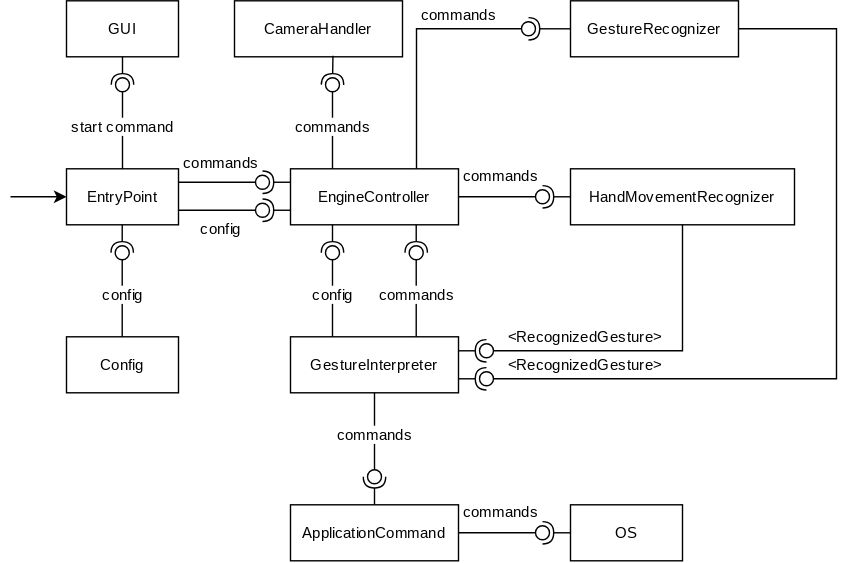
Above: docs/ComponentView.svg in Zetsuboushii/gesture_glide (draw.io), before the change. Source tidied: cells renumbered, new cells last; positions are measured from the earlier drawing's top-left corner, leaving out a move shared by most shapes.
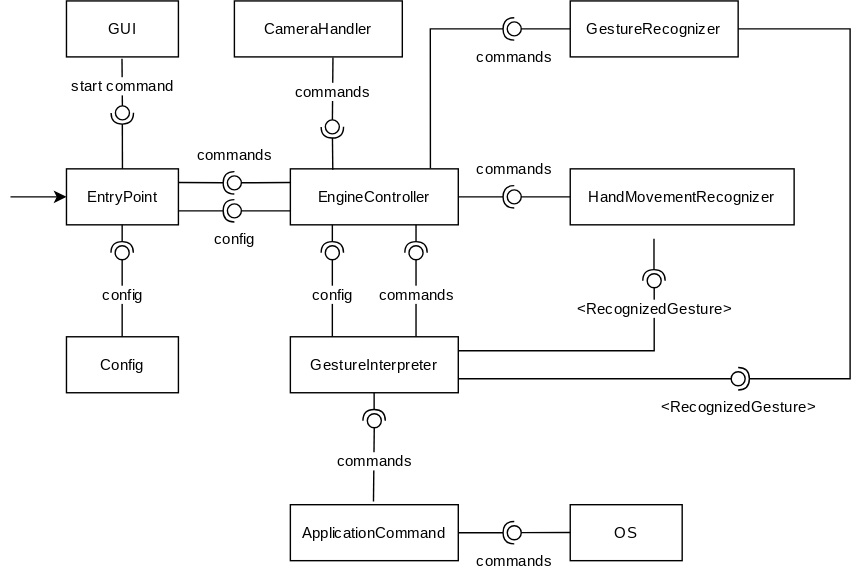
The same file after the commit.

Commit message:
Improve architecture documentation (fix ComponentView, add MediapipeModel & GGModel)

What changed in the source:
```diff
@@ -13,14 +13,14 @@
     <mxCell id="4" value="&lt;div style=&quot;font-size: 11px;&quot;&gt;GUI&lt;/div&gt;" style="rounded=0;whiteSpace=wrap;html=1;fontFamily=Inter;fontSource=https%3A%2F%2Ffonts.googleapis.com%2Fcss%3Ffamily%3DInter;fontSize=11;" parent="1" vertex="1">
       <mxGeometry x="40" width="80" height="40" as="geometry" />
     </mxCell>
-    <mxCell id="5" style="rounded=0;jettySize=auto;html=1;endArrow=halfCircle;endFill=0;endSize=6;strokeWidth=1;sketch=0;exitX=0.5;exitY=1;exitDx=0;exitDy=0;fontFamily=Inter;fontSource=https%3A%2F%2Ffonts.googleapis.com%2Fcss%3Ffamily%3DInter;fontSize=11;" parent="1" edge="1" source="4">
+    <mxCell id="5" style="rounded=0;jettySize=auto;html=1;endArrow=halfCircle;endFill=0;endSize=6;strokeWidth=1;sketch=0;exitX=0.5;exitY=0;exitDx=0;exitDy=0;fontFamily=Inter;fontSource=https%3A%2F%2Ffonts.googleapis.com%2Fcss%3Ffamily%3DInter;fontSize=11;" parent="1" edge="1" source="2">
       <mxGeometry relative="1" as="geometry">
-        <mxPoint x="80" y="60" as="targetPoint" />
+        <mxPoint x="79.9" y="80" as="targetPoint" />
       </mxGeometry>
     </mxCell>
-    <mxCell id="6" value="start command" style="rounded=0;jettySize=auto;html=1;endArrow=oval;endFill=0;sketch=0;sourcePerimeterSpacing=0;targetPerimeterSpacing=0;endSize=10;exitX=0.5;exitY=0;exitDx=0;exitDy=0;fontFamily=Inter;fontSource=https%3A%2F%2Ffonts.googleapis.com%2Fcss%3Ffamily%3DInter;fontSize=11;" parent="1" edge="1" source="2">
+    <mxCell id="6" value="start command" style="rounded=0;jettySize=auto;html=1;endArrow=oval;endFill=0;sketch=0;sourcePerimeterSpacing=0;targetPerimeterSpacing=0;endSize=10;fontFamily=Inter;fontSource=https%3A%2F%2Ffonts.googleapis.com%2Fcss%3Ffamily%3DInter;fontSize=11;exitX=0.496;exitY=1.035;exitDx=0;exitDy=0;exitPerimeter=0;" parent="1" edge="1" source="4">
       <mxGeometry relative="1" as="geometry">
-        <mxPoint x="80" y="60" as="targetPoint" />
+        <mxPoint x="80" y="80" as="targetPoint" />
       </mxGeometry>
     </mxCell>
     <mxCell id="7" style="ellipse;whiteSpace=wrap;html=1;align=center;fillColor=none;strokeColor=none;perimeter=centerPerimeter;fontFamily=Inter;fontSource=https%3A%2F%2Ffonts.googleapis.com%2Fcss%3Ffamily%3DInter;fontSize=11;" parent="1" vertex="1">
@@ -29,32 +29,21 @@
     <mxCell id="8" value="&lt;div style=&quot;font-size: 11px;&quot;&gt;EngineController&lt;/div&gt;" style="rounded=0;whiteSpace=wrap;html=1;fontFamily=Inter;fontSource=https%3A%2F%2Ffonts.googleapis.com%2Fcss%3Ffamily%3DInter;fontSize=11;" parent="1" vertex="1">
       <mxGeometry x="200" y="120" width="120" height="40" as="geometry" />
     </mxCell>
-    <mxCell id="9" style="rounded=0;orthogonalLoop=1;jettySize=auto;html=1;endArrow=halfCircle;endFill=0;endSize=6;strokeWidth=1;sketch=0;exitX=0;exitY=0.5;exitDx=0;exitDy=0;fontFamily=Inter;fontSource=https%3A%2F%2Ffonts.googleapis.com%2Fcss%3Ffamily%3DInter;fontSize=11;" parent="1" edge="1">
-      <mxGeometry relative="1" as="geometry">
-        <mxPoint x="200" y="129.6" as="sourcePoint" />
-        <mxPoint x="180" y="129.6" as="targetPoint" />
-      </mxGeometry>
-    </mxCell>
-    <mxCell id="10" value="commands" style="rounded=0;orthogonalLoop=1;jettySize=auto;html=1;endArrow=oval;endFill=0;sketch=0;sourcePerimeterSpacing=0;targetPerimeterSpacing=0;endSize=10;exitX=1;exitY=0.5;exitDx=0;exitDy=0;fontFamily=Inter;fontSource=https%3A%2F%2Ffonts.googleapis.com%2Fcss%3Ffamily%3DInter;fontSize=11;" parent="1" edge="1">
-      <mxGeometry y="14" relative="1" as="geometry">
-        <mxPoint x="120" y="129.6" as="sourcePoint" />
-        <mxPoint x="180" y="129.6" as="targetPoint" />
-      </mxGeometry>
-    </mxCell>
     <mxCell id="11" style="ellipse;whiteSpace=wrap;html=1;align=center;fillColor=none;strokeColor=none;perimeter=centerPerimeter;fontFamily=Inter;fontSource=https%3A%2F%2Ffonts.googleapis.com%2Fcss%3Ffamily%3DInter;fontSize=11;" parent="1" vertex="1">
       <mxGeometry x="185" y="120" width="10" height="10" as="geometry" />
     </mxCell>
     <mxCell id="12" value="CameraHandler" style="rounded=0;whiteSpace=wrap;html=1;fontFamily=Inter;fontSource=https%3A%2F%2Ffonts.googleapis.com%2Fcss%3Ffamily%3DInter;fontSize=11;" parent="1" vertex="1">
       <mxGeometry x="160" width="120" height="40" as="geometry" />
     </mxCell>
-    <mxCell id="13" style="rounded=0;jettySize=auto;html=1;endArrow=halfCircle;endFill=0;endSize=6;strokeWidth=1;sketch=0;exitX=0.586;exitY=0.983;exitDx=0;exitDy=0;exitPerimeter=0;fontFamily=Inter;fontSource=https%3A%2F%2Ffonts.googleapis.com%2Fcss%3Ffamily%3DInter;fontSize=11;" parent="1" edge="1" source="12">
+    <mxCell id="13" style="rounded=0;orthogonalLoop=1;jettySize=auto;html=1;endArrow=halfCircle;endFill=0;endSize=6;strokeWidth=1;sketch=0;exitX=0.586;exitY=0.983;exitDx=0;exitDy=0;exitPerimeter=0;fontFamily=Inter;fontSource=https%3A%2F%2Ffonts.googleapis.com%2Fcss%3Ffamily%3DInter;fontSize=11;" parent="1" edge="1">
       <mxGeometry relative="1" as="geometry">
-        <mxPoint x="230" y="60" as="targetPoint" />
+        <mxPoint x="230.3" y="120.7" as="sourcePoint" />
+        <mxPoint x="230" y="90" as="targetPoint" />
       </mxGeometry>
     </mxCell>
-    <mxCell id="14" value="commands" style="rounded=0;jettySize=auto;html=1;endArrow=oval;endFill=0;sketch=0;sourcePerimeterSpacing=0;targetPerimeterSpacing=0;endSize=10;exitX=0.25;exitY=0;exitDx=0;exitDy=0;fontFamily=Inter;fontSource=https%3A%2F%2Ffonts.googleapis.com%2Fcss%3Ffamily%3DInter;fontSize=11;" parent="1" edge="1" source="8">
+    <mxCell id="14" value="commands" style="rounded=0;jettySize=auto;html=1;endArrow=oval;endFill=0;sketch=0;sourcePerimeterSpacing=0;targetPerimeterSpacing=0;endSize=10;exitX=0.587;exitY=1.012;exitDx=0;exitDy=0;fontFamily=Inter;fontSource=https%3A%2F%2Ffonts.googleapis.com%2Fcss%3Ffamily%3DInter;fontSize=11;exitPerimeter=0;" parent="1" edge="1" source="12">
       <mxGeometry relative="1" as="geometry">
-        <mxPoint x="230" y="60" as="targetPoint" />
+        <mxPoint x="230" y="90" as="targetPoint" />
       </mxGeometry>
     </mxCell>
     <mxCell id="15" style="ellipse;whiteSpace=wrap;html=1;align=center;fillColor=none;strokeColor=none;perimeter=centerPerimeter;fontFamily=Inter;fontSource=https%3A%2F%2Ffonts.googleapis.com%2Fcss%3Ffamily%3DInter;fontSize=11;" parent="1" vertex="1">
@@ -69,30 +58,26 @@
     <mxCell id="18" value="GestureRecognizer" style="rounded=0;whiteSpace=wrap;html=1;fontFamily=Inter;fontSource=https%3A%2F%2Ffonts.googleapis.com%2Fcss%3Ffamily%3DInter;fontSize=11;" parent="1" vertex="1">
       <mxGeometry x="400" width="120" height="40" as="geometry" />
     </mxCell>
-    <mxCell id="19" style="rounded=0;jettySize=auto;html=1;endArrow=halfCircle;endFill=0;endSize=6;strokeWidth=1;sketch=0;exitX=0;exitY=0.5;exitDx=0;exitDy=0;fontFamily=Inter;fontSource=https%3A%2F%2Ffonts.googleapis.com%2Fcss%3Ffamily%3DInter;fontSize=11;" parent="1" edge="1" source="18">
+    <mxCell id="19" style="rounded=0;jettySize=auto;html=1;endArrow=halfCircle;endFill=0;endSize=6;strokeWidth=1;sketch=0;fontFamily=Inter;fontSource=https%3A%2F%2Ffonts.googleapis.com%2Fcss%3Ffamily%3DInter;fontSize=11;exitX=0.834;exitY=-0.009;exitDx=0;exitDy=0;exitPerimeter=0;" parent="1" edge="1" source="8">
       <mxGeometry relative="1" as="geometry">
-        <mxPoint x="370" y="20" as="targetPoint" />
+        <mxPoint x="360" y="20" as="targetPoint" />
+        <Array as="points">
+          <mxPoint x="300" y="20" />
+        </Array>
       </mxGeometry>
     </mxCell>
-    <mxCell id="20" value="commands" style="rounded=0;jettySize=auto;html=1;endArrow=oval;endFill=0;sketch=0;sourcePerimeterSpacing=0;targetPerimeterSpacing=0;endSize=10;exitX=0.75;exitY=0;exitDx=0;exitDy=0;fontFamily=Inter;fontSource=https%3A%2F%2Ffonts.googleapis.com%2Fcss%3Ffamily%3DInter;fontSize=11;" parent="1" edge="1" source="8">
-      <mxGeometry x="0.44" y="10" relative="1" as="geometry">
-        <mxPoint x="370" y="20" as="targetPoint" />
-        <Array as="points">
-          <mxPoint x="290" y="20" />
-        </Array>
-      </mxGeometry>
-    </mxCell>
     <mxCell id="21" style="ellipse;whiteSpace=wrap;html=1;align=center;fillColor=none;strokeColor=none;perimeter=centerPerimeter;fontFamily=Inter;fontSource=https%3A%2F%2Ffonts.googleapis.com%2Fcss%3Ffamily%3DInter;fontSize=11;" parent="1" vertex="1">
       <mxGeometry x="385" y="70" width="10" height="10" as="geometry" />
     </mxCell>
-    <mxCell id="22" style="rounded=0;jettySize=auto;html=1;endArrow=halfCircle;endFill=0;endSize=6;strokeWidth=1;sketch=0;exitX=0;exitY=0.5;exitDx=0;exitDy=0;fontFamily=Inter;fontSource=https%3A%2F%2Ffonts.googleapis.com%2Fcss%3Ffamily%3DInter;fontSize=11;" parent="1" edge="1" source="17">
+    <mxCell id="22" style="rounded=0;jettySize=auto;html=1;endArrow=halfCircle;endFill=0;endSize=6;strokeWidth=1;sketch=0;exitX=1;exitY=0.5;exitDx=0;exitDy=0;fontFamily=Inter;fontSource=https%3A%2F%2Ffonts.googleapis.com%2Fcss%3Ffamily%3DInter;fontSize=11;" parent="1" edge="1" source="8">
       <mxGeometry relative="1" as="geometry">
-        <mxPoint x="380" y="140" as="targetPoint" />
+        <mxPoint x="360" y="140" as="targetPoint" />
       </mxGeometry>
     </mxCell>
-    <mxCell id="23" value="commands" style="rounded=0;jettySize=auto;html=1;endArrow=oval;endFill=0;sketch=0;sourcePerimeterSpacing=0;targetPerimeterSpacing=0;endSize=10;exitX=1;exitY=0.5;exitDx=0;exitDy=0;fontFamily=Inter;fontSource=https%3A%2F%2Ffonts.googleapis.com%2Fcss%3Ffamily%3DInter;fontSize=11;" parent="1" edge="1" source="8">
-      <mxGeometry y="15" relative="1" as="geometry">
-        <mxPoint x="380" y="140" as="targetPoint" />
+    <mxCell id="23" value="commands" style="rounded=0;orthogonalLoop=1;jettySize=auto;html=1;endArrow=oval;endFill=0;sketch=0;sourcePerimeterSpacing=0;targetPerimeterSpacing=0;endSize=10;exitX=1;exitY=0.5;exitDx=0;exitDy=0;fontFamily=Inter;fontSource=https%3A%2F%2Ffonts.googleapis.com%2Fcss%3Ffamily%3DInter;fontSize=11;" parent="1" edge="1">
+      <mxGeometry x="1" y="-20" relative="1" as="geometry">
+        <mxPoint x="400" y="140" as="sourcePoint" />
+        <mxPoint x="360" y="140" as="targetPoint" />
       </mxGeometry>
     </mxCell>
     <mxCell id="24" style="ellipse;whiteSpace=wrap;html=1;align=center;fillColor=none;strokeColor=none;perimeter=centerPerimeter;fontFamily=Inter;fontSource=https%3A%2F%2Ffonts.googleapis.com%2Fcss%3Ffamily%3DInter;fontSize=11;" parent="1" vertex="1">
@@ -150,47 +135,51 @@
     <mxCell id="36" style="ellipse;whiteSpace=wrap;html=1;align=center;fillColor=none;strokeColor=none;perimeter=centerPerimeter;fontFamily=Inter;fontSource=https%3A%2F%2Ffonts.googleapis.com%2Fcss%3Ffamily%3DInter;fontSize=11;" parent="1" vertex="1">
       <mxGeometry x="395" y="190" width="10" height="10" as="geometry" />
     </mxCell>
-    <mxCell id="37" style="rounded=0;jettySize=auto;html=1;endArrow=halfCircle;endFill=0;endSize=6;strokeWidth=1;sketch=0;exitX=1;exitY=0.25;exitDx=0;exitDy=0;fontFamily=Inter;fontSource=https%3A%2F%2Ffonts.googleapis.com%2Fcss%3Ffamily%3DInter;fontSize=11;" parent="1" edge="1" source="25">
+    <mxCell id="37" style="rounded=0;orthogonalLoop=1;jettySize=auto;html=1;endArrow=halfCircle;endFill=0;endSize=6;strokeWidth=1;sketch=0;fontFamily=Inter;fontSource=https%3A%2F%2Ffonts.googleapis.com%2Fcss%3Ffamily%3DInter;fontSize=11;" parent="1" edge="1">
       <mxGeometry relative="1" as="geometry">
-        <mxPoint x="340" y="250" as="targetPoint" />
+        <mxPoint x="459.9" y="170" as="sourcePoint" />
+        <mxPoint x="459.9" y="200" as="targetPoint" />
       </mxGeometry>
     </mxCell>
-    <mxCell id="38" value="&amp;lt;RecognizedGesture&amp;gt;" style="rounded=0;jettySize=auto;html=1;endArrow=oval;endFill=0;sketch=0;sourcePerimeterSpacing=0;targetPerimeterSpacing=0;endSize=10;exitX=0.5;exitY=1;exitDx=0;exitDy=0;fontFamily=Inter;fontSource=https%3A%2F%2Ffonts.googleapis.com%2Fcss%3Ffamily%3DInter;fontSize=11;" parent="1" edge="1" source="17">
-      <mxGeometry x="0.39" y="-10" relative="1" as="geometry">
-        <mxPoint x="340" y="250" as="targetPoint" />
+    <mxCell id="38" value="&amp;lt;RecognizedGesture&amp;gt;" style="rounded=0;orthogonalLoop=1;jettySize=auto;html=1;endArrow=oval;endFill=0;sketch=0;sourcePerimeterSpacing=0;targetPerimeterSpacing=0;endSize=10;fontFamily=Inter;fontSource=https%3A%2F%2Ffonts.googleapis.com%2Fcss%3Ffamily%3DInter;fontSize=11;" parent="1" edge="1">
+      <mxGeometry x="0.79" relative="1" as="geometry">
+        <mxPoint x="320" y="250" as="sourcePoint" />
+        <mxPoint x="460" y="200" as="targetPoint" />
         <Array as="points">
-          <mxPoint x="480" y="250" />
+          <mxPoint x="320" y="250" />
+          <mxPoint x="460" y="250" />
         </Array>
       </mxGeometry>
     </mxCell>
     <mxCell id="39" style="ellipse;whiteSpace=wrap;html=1;align=center;fillColor=none;strokeColor=none;perimeter=centerPerimeter;fontFamily=Inter;fontSource=https%3A%2F%2Ffonts.googleapis.com%2Fcss%3Ffamily%3DInter;fontSize=11;" parent="1" vertex="1">
       <mxGeometry x="395" y="190" width="10" height="10" as="geometry" />
     </mxCell>
-    <mxCell id="40" style="rounded=0;jettySize=auto;html=1;endArrow=halfCircle;endFill=0;endSize=6;strokeWidth=1;sketch=0;exitX=1;exitY=0.75;exitDx=0;exitDy=0;fontFamily=Inter;fontSource=https%3A%2F%2Ffonts.googleapis.com%2Fcss%3Ffamily%3DInter;fontSize=11;" parent="1" edge="1" source="25">
+    <mxCell id="40" style="rounded=0;jettySize=auto;html=1;endArrow=halfCircle;endFill=0;endSize=6;strokeWidth=1;sketch=0;exitX=1;exitY=0.5;exitDx=0;exitDy=0;fontFamily=Inter;fontSource=https%3A%2F%2Ffonts.googleapis.com%2Fcss%3Ffamily%3DInter;fontSize=11;" parent="1" edge="1" source="18">
       <mxGeometry relative="1" as="geometry">
-        <mxPoint x="340" y="270" as="targetPoint" />
+        <mxPoint x="520" y="270" as="targetPoint" />
+        <Array as="points">
+          <mxPoint x="600" y="20" />
+          <mxPoint x="600" y="270" />
+        </Array>
       </mxGeometry>
     </mxCell>
-    <mxCell id="41" value="&amp;lt;RecognizedGesture&amp;gt;" style="rounded=0;jettySize=auto;html=1;endArrow=oval;endFill=0;sketch=0;sourcePerimeterSpacing=0;targetPerimeterSpacing=0;endSize=10;exitX=1;exitY=0.5;exitDx=0;exitDy=0;fontFamily=Inter;fontSource=https%3A%2F%2Ffonts.googleapis.com%2Fcss%3Ffamily%3DInter;fontSize=11;" parent="1" edge="1" source="18">
-      <mxGeometry x="0.75" y="-10" relative="1" as="geometry">
-        <mxPoint x="340" y="270" as="targetPoint" />
-        <Array as="points">
-          <mxPoint x="590" y="20" />
-          <mxPoint x="590" y="270" />
-        </Array>
+    <mxCell id="41" value="&amp;lt;RecognizedGesture&amp;gt;" style="rounded=0;jettySize=auto;html=1;endArrow=oval;endFill=0;sketch=0;sourcePerimeterSpacing=0;targetPerimeterSpacing=0;endSize=10;fontFamily=Inter;fontSource=https%3A%2F%2Ffonts.googleapis.com%2Fcss%3Ffamily%3DInter;fontSize=11;exitX=1;exitY=0.75;exitDx=0;exitDy=0;" parent="1" edge="1" source="25">
+      <mxGeometry x="1" y="-20" relative="1" as="geometry">
+        <mxPoint x="520" y="270" as="targetPoint" />
       </mxGeometry>
     </mxCell>
     <mxCell id="42" style="ellipse;whiteSpace=wrap;html=1;align=center;fillColor=none;strokeColor=none;perimeter=centerPerimeter;fontFamily=Inter;fontSource=https%3A%2F%2Ffonts.googleapis.com%2Fcss%3Ffamily%3DInter;fontSize=11;" parent="1" vertex="1">
       <mxGeometry x="395" y="190" width="10" height="10" as="geometry" />
     </mxCell>
-    <mxCell id="43" style="rounded=0;jettySize=auto;html=1;endArrow=halfCircle;endFill=0;endSize=6;strokeWidth=1;sketch=0;exitX=0.5;exitY=0;exitDx=0;exitDy=0;fontFamily=Inter;fontSource=https%3A%2F%2Ffonts.googleapis.com%2Fcss%3Ffamily%3DInter;fontSize=11;" parent="1" edge="1" source="34">
+    <mxCell id="43" style="rounded=0;orthogonalLoop=1;jettySize=auto;html=1;endArrow=halfCircle;endFill=0;endSize=6;strokeWidth=1;sketch=0;exitX=0.5;exitY=0;exitDx=0;exitDy=0;fontFamily=Inter;fontSource=https%3A%2F%2Ffonts.googleapis.com%2Fcss%3Ffamily%3DInter;fontSize=11;" parent="1" edge="1">
       <mxGeometry relative="1" as="geometry">
-        <mxPoint x="260" y="340" as="targetPoint" />
+        <mxPoint x="259.9" y="280" as="sourcePoint" />
+        <mxPoint x="259.9" y="300" as="targetPoint" />
       </mxGeometry>
     </mxCell>
-    <mxCell id="44" value="commands" style="rounded=0;jettySize=auto;html=1;endArrow=oval;endFill=0;sketch=0;sourcePerimeterSpacing=0;targetPerimeterSpacing=0;endSize=10;exitX=0.5;exitY=1;exitDx=0;exitDy=0;fontFamily=Inter;fontSource=https%3A%2F%2Ffonts.googleapis.com%2Fcss%3Ffamily%3DInter;fontSize=11;" parent="1" edge="1" source="25">
+    <mxCell id="44" value="commands" style="rounded=0;jettySize=auto;html=1;endArrow=oval;endFill=0;sketch=0;sourcePerimeterSpacing=0;targetPerimeterSpacing=0;endSize=10;exitX=0.495;exitY=-0.059;exitDx=0;exitDy=0;fontFamily=Inter;fontSource=https%3A%2F%2Ffonts.googleapis.com%2Fcss%3Ffamily%3DInter;fontSize=11;exitPerimeter=0;" parent="1" edge="1" source="34">
       <mxGeometry relative="1" as="geometry">
-        <mxPoint x="260" y="340" as="targetPoint" />
+        <mxPoint x="260" y="300" as="targetPoint" />
       </mxGeometry>
     </mxCell>
     <mxCell id="45" style="ellipse;whiteSpace=wrap;html=1;align=center;fillColor=none;strokeColor=none;perimeter=centerPerimeter;fontFamily=Inter;fontSource=https%3A%2F%2Ffonts.googleapis.com%2Fcss%3Ffamily%3DInter;fontSize=11;" parent="1" vertex="1">
@@ -199,36 +188,50 @@
     <mxCell id="46" value="OS" style="rounded=0;whiteSpace=wrap;html=1;fontFamily=Inter;fontSource=https%3A%2F%2Ffonts.googleapis.com%2Fcss%3Ffamily%3DInter;fontSize=11;" parent="1" vertex="1">
       <mxGeometry x="400" y="360" width="80" height="40" as="geometry" />
     </mxCell>
-    <mxCell id="47" style="rounded=0;jettySize=auto;html=1;endArrow=halfCircle;endFill=0;endSize=6;strokeWidth=1;sketch=0;exitX=0;exitY=0.5;exitDx=0;exitDy=0;fontFamily=Inter;fontSource=https%3A%2F%2Ffonts.googleapis.com%2Fcss%3Ffamily%3DInter;fontSize=11;" parent="1" edge="1" source="46">
+    <mxCell id="47" style="rounded=0;jettySize=auto;html=1;endArrow=halfCircle;endFill=0;endSize=6;strokeWidth=1;sketch=0;exitX=1;exitY=0.5;exitDx=0;exitDy=0;fontFamily=Inter;fontSource=https%3A%2F%2Ffonts.googleapis.com%2Fcss%3Ffamily%3DInter;fontSize=11;" parent="1" edge="1" source="34">
       <mxGeometry relative="1" as="geometry">
-        <mxPoint x="380" y="380" as="targetPoint" />
+        <mxPoint x="360" y="380" as="targetPoint" />
       </mxGeometry>
     </mxCell>
-    <mxCell id="48" value="commands" style="rounded=0;jettySize=auto;html=1;endArrow=oval;endFill=0;sketch=0;sourcePerimeterSpacing=0;targetPerimeterSpacing=0;endSize=10;exitX=1;exitY=0.5;exitDx=0;exitDy=0;fontFamily=Inter;fontSource=https%3A%2F%2Ffonts.googleapis.com%2Fcss%3Ffamily%3DInter;fontSize=11;" parent="1" edge="1" source="34">
-      <mxGeometry y="15" relative="1" as="geometry">
-        <mxPoint x="380" y="380" as="targetPoint" />
+    <mxCell id="48" value="commands" style="rounded=0;orthogonalLoop=1;jettySize=auto;html=1;endArrow=oval;endFill=0;sketch=0;sourcePerimeterSpacing=0;targetPerimeterSpacing=0;endSize=10;exitX=1;exitY=0.5;exitDx=0;exitDy=0;fontFamily=Inter;fontSource=https%3A%2F%2Ffonts.googleapis.com%2Fcss%3Ffamily%3DInter;fontSize=11;" parent="1" edge="1">
+      <mxGeometry x="1" y="20" relative="1" as="geometry">
+        <mxPoint x="400" y="379.9" as="sourcePoint" />
+        <mxPoint x="360" y="380" as="targetPoint" />
       </mxGeometry>
     </mxCell>
     <mxCell id="49" style="ellipse;whiteSpace=wrap;html=1;align=center;fillColor=none;strokeColor=none;perimeter=centerPerimeter;fontFamily=Inter;fontSource=https%3A%2F%2Ffonts.googleapis.com%2Fcss%3Ffamily%3DInter;fontSize=11;" parent="1" vertex="1">
       <mxGeometry x="375" y="280" width="10" height="10" as="geometry" />
     </mxCell>
-    <mxCell id="50" style="ellipse;whiteSpace=wrap;html=1;align=center;fillColor=none;strokeColor=none;perimeter=centerPerimeter;fontFamily=Inter;fontSource=https%3A%2F%2Ffonts.googleapis.com%2Fcss%3Ffamily%3DInter;fontSize=11;" parent="1" vertex="1">
-      <mxGeometry x="185" y="130" width="10" height="10" as="geometry" />
-    </mxCell>
     <mxCell id="51" style="rounded=0;orthogonalLoop=1;jettySize=auto;html=1;endArrow=halfCircle;endFill=0;endSize=6;strokeWidth=1;sketch=0;exitX=0;exitY=0.5;exitDx=0;exitDy=0;fontFamily=Inter;fontSource=https%3A%2F%2Ffonts.googleapis.com%2Fcss%3Ffamily%3DInter;fontSize=11;" parent="1" edge="1">
       <mxGeometry relative="1" as="geometry">
-        <mxPoint x="200" y="149.6" as="sourcePoint" />
-        <mxPoint x="180" y="149.6" as="targetPoint" />
+        <mxPoint x="120" y="150" as="sourcePoint" />
+        <mxPoint x="160" y="150" as="targetPoint" />
       </mxGeometry>
     </mxCell>
-    <mxCell id="52" value="&lt;div&gt;config&lt;/div&gt;" style="rounded=0;orthogonalLoop=1;jettySize=auto;html=1;endArrow=oval;endFill=0;sketch=0;sourcePerimeterSpacing=0;targetPerimeterSpacing=0;endSize=10;exitX=1;exitY=0.5;exitDx=0;exitDy=0;fontFamily=Inter;fontSource=https%3A%2F%2Ffonts.googleapis.com%2Fcss%3Ffamily%3DInter;fontSize=11;" parent="1" edge="1">
-      <mxGeometry y="-13" relative="1" as="geometry">
-        <mxPoint x="120" y="149.6" as="sourcePoint" />
-        <mxPoint x="180" y="149.6" as="targetPoint" />
+    <mxCell id="52" value="&lt;div&gt;config&lt;/div&gt;" style="rounded=0;jettySize=auto;html=1;endArrow=oval;endFill=0;sketch=0;sourcePerimeterSpacing=0;targetPerimeterSpacing=0;endSize=10;fontFamily=Inter;fontSource=https%3A%2F%2Ffonts.googleapis.com%2Fcss%3Ffamily%3DInter;fontSize=11;exitX=0;exitY=0.75;exitDx=0;exitDy=0;" parent="1" edge="1" source="8">
+      <mxGeometry x="1" y="20" relative="1" as="geometry">
+        <mxPoint x="160" y="150" as="targetPoint" />
       </mxGeometry>
     </mxCell>
     <mxCell id="53" style="ellipse;whiteSpace=wrap;html=1;align=center;fillColor=none;strokeColor=none;perimeter=centerPerimeter;fontFamily=Inter;fontSource=https%3A%2F%2Ffonts.googleapis.com%2Fcss%3Ffamily%3DInter;fontSize=11;" parent="1" vertex="1">
       <mxGeometry x="185" y="140" width="10" height="10" as="geometry" />
     </mxCell>
+    <mxCell id="54" style="rounded=0;orthogonalLoop=1;jettySize=auto;html=1;endArrow=halfCircle;endFill=0;endSize=6;strokeWidth=1;sketch=0;exitX=0;exitY=0.5;exitDx=0;exitDy=0;fontFamily=Inter;fontSource=https%3A%2F%2Ffonts.googleapis.com%2Fcss%3Ffamily%3DInter;fontSize=11;" parent="1" edge="1">
+      <mxGeometry relative="1" as="geometry">
+        <mxPoint x="120" y="129.8" as="sourcePoint" />
+        <mxPoint x="160" y="130" as="targetPoint" />
+      </mxGeometry>
+    </mxCell>
+    <mxCell id="55" value="commands" style="rounded=0;orthogonalLoop=1;jettySize=auto;html=1;endArrow=oval;endFill=0;sketch=0;sourcePerimeterSpacing=0;targetPerimeterSpacing=0;endSize=10;fontFamily=Inter;fontSource=https%3A%2F%2Ffonts.googleapis.com%2Fcss%3Ffamily%3DInter;fontSize=11;exitX=0;exitY=0.75;exitDx=0;exitDy=0;" parent="1" edge="1">
+      <mxGeometry x="1" y="-20" relative="1" as="geometry">
+        <mxPoint x="200" y="129.8" as="sourcePoint" />
+        <mxPoint x="160" y="130" as="targetPoint" />
+      </mxGeometry>
+    </mxCell>
+    <mxCell id="56" value="commands" style="rounded=0;jettySize=auto;html=1;endArrow=oval;endFill=0;sketch=0;sourcePerimeterSpacing=0;targetPerimeterSpacing=0;endSize=10;exitX=0;exitY=0.5;exitDx=0;exitDy=0;fontFamily=Inter;fontSource=https%3A%2F%2Ffonts.googleapis.com%2Fcss%3Ffamily%3DInter;fontSize=11;" parent="1" edge="1" source="18">
+      <mxGeometry x="1" y="20" relative="1" as="geometry">
+        <mxPoint x="360" y="20" as="targetPoint" />
+      </mxGeometry>
+    </mxCell>
   </root>
 </mxGraphModel>
```
